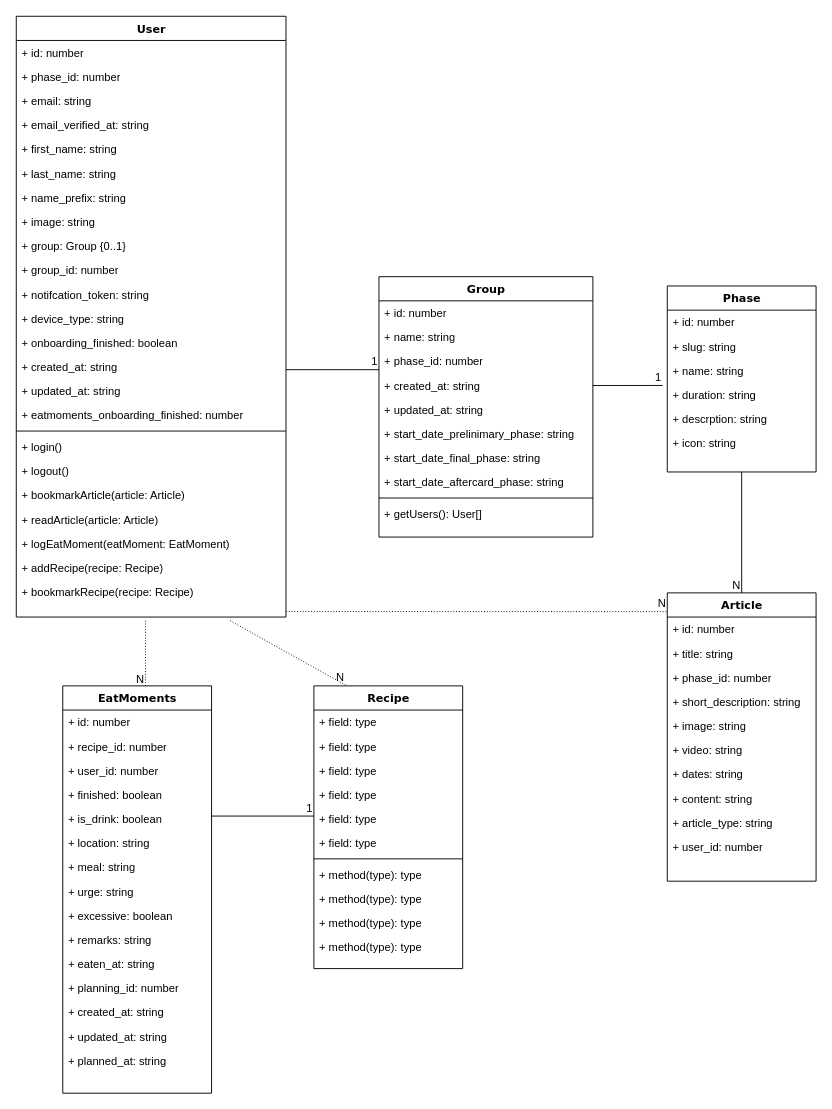
Above: Untitled Diagram.drawio in komfysach/sachStudioTast (draw.io), before the change. Source tidied: cells renumbered, new cells numbered last; positions are measured from the earlier drawing's top-left corner, leaving out a move shared by most shapes. Both pictures are drawn from the tidied source at 93%, with x=0, y=0 at pixel (16, 16).
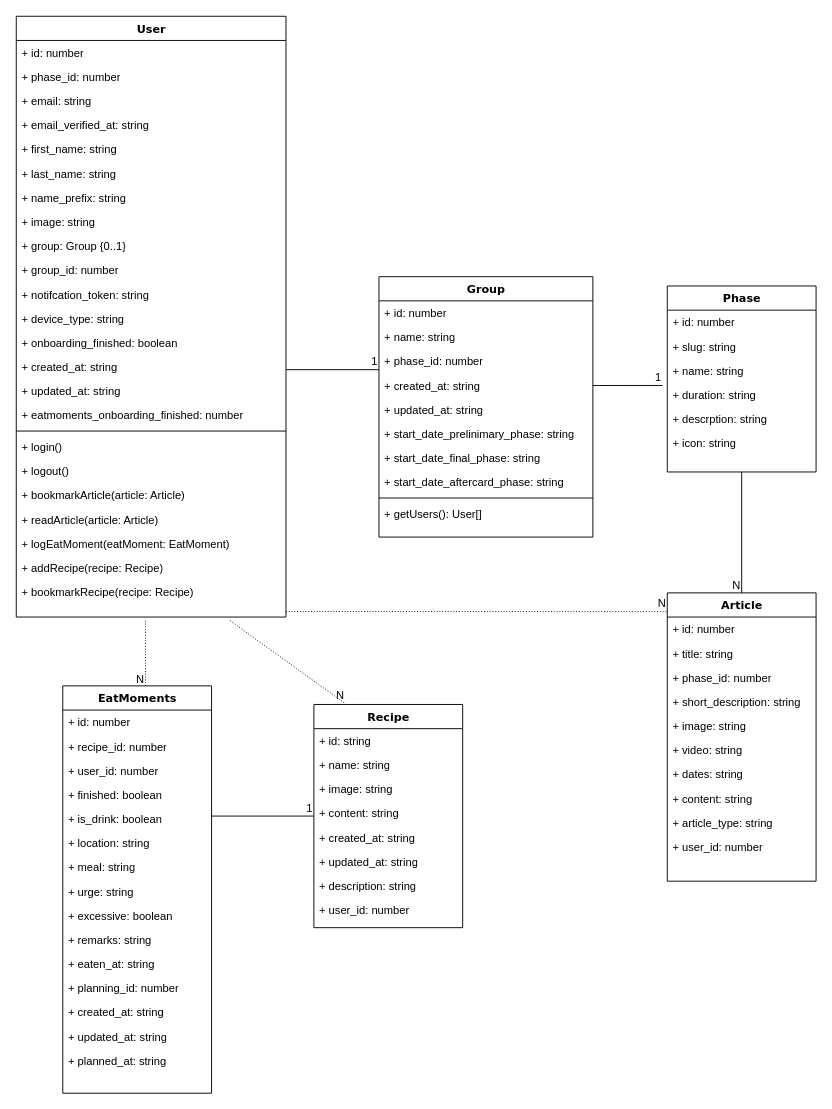
Above is the later version.

The edit, as a diff of the source:
```diff
@@
     <mxCell id="63" value="Recipe" style="swimlane;html=1;fontStyle=1;align=center;verticalAlign=top;horizontal=1;startSize=26;swimlaneFillColor=#ffffff;rounded=0;shadow=0;comic=0;labelBackgroundColor=none;strokeWidth=1;fillColor=none;fontFamily=Verdana;fontSize=12;" parent="1" vertex="1">
-      <mxGeometry x="320" y="720" width="160" height="304" as="geometry" />
+      <mxGeometry x="320" y="740" width="160" height="240" as="geometry" />
     </mxCell>
+    <mxCell id="67" value="+ id: string" style="text;html=1;strokeColor=none;fillColor=none;align=left;verticalAlign=top;spacingLeft=4;spacingRight=4;whiteSpace=wrap;overflow=hidden;" parent="63" vertex="1">
+      <mxGeometry y="26" width="160" height="26" as="geometry" />
+    </mxCell>
-    <mxCell id="64" value="+ field: type" style="text;html=1;strokeColor=none;fillColor=none;align=left;verticalAlign=top;spacingLeft=4;spacingRight=4;whiteSpace=wrap;overflow=hidden;" parent="63" vertex="1">
-      <mxGeometry y="26" width="160" height="26" as="geometry" />
+    <mxCell id="64" value="+ name: string" style="text;html=1;strokeColor=none;fillColor=none;align=left;verticalAlign=top;spacingLeft=4;spacingRight=4;whiteSpace=wrap;overflow=hidden;" parent="63" vertex="1">
+      <mxGeometry y="52" width="160" height="26" as="geometry" />
     </mxCell>
-    <mxCell id="65" value="+ field: type" style="text;html=1;strokeColor=none;fillColor=none;align=left;verticalAlign=top;spacingLeft=4;spacingRight=4;whiteSpace=wrap;overflow=hidden;" parent="63" vertex="1">
-      <mxGeometry y="52" width="160" height="26" as="geometry" />
+    <mxCell id="65" value="+ image: string" style="text;html=1;strokeColor=none;fillColor=none;align=left;verticalAlign=top;spacingLeft=4;spacingRight=4;whiteSpace=wrap;overflow=hidden;" parent="63" vertex="1">
+      <mxGeometry y="78" width="160" height="26" as="geometry" />
     </mxCell>
-    <mxCell id="66" value="+ field: type" style="text;html=1;strokeColor=none;fillColor=none;align=left;verticalAlign=top;spacingLeft=4;spacingRight=4;whiteSpace=wrap;overflow=hidden;" parent="63" vertex="1">
-      <mxGeometry y="78" width="160" height="26" as="geometry" />
+    <mxCell id="66" value="+ content: string" style="text;html=1;strokeColor=none;fillColor=none;align=left;verticalAlign=top;spacingLeft=4;spacingRight=4;whiteSpace=wrap;overflow=hidden;" parent="63" vertex="1">
+      <mxGeometry y="104" width="160" height="26" as="geometry" />
     </mxCell>
-    <mxCell id="67" value="+ field: type" style="text;html=1;strokeColor=none;fillColor=none;align=left;verticalAlign=top;spacingLeft=4;spacingRight=4;whiteSpace=wrap;overflow=hidden;" parent="63" vertex="1">
-      <mxGeometry y="104" width="160" height="26" as="geometry" />
-    </mxCell>
+    <mxCell id="69" value="+ created_at: string" style="text;html=1;strokeColor=none;fillColor=none;align=left;verticalAlign=top;spacingLeft=4;spacingRight=4;whiteSpace=wrap;overflow=hidden;" parent="63" vertex="1">
+      <mxGeometry y="130" width="160" height="26" as="geometry" />
+    </mxCell>
-    <mxCell id="68" value="+ field: type" style="text;html=1;strokeColor=none;fillColor=none;align=left;verticalAlign=top;spacingLeft=4;spacingRight=4;whiteSpace=wrap;overflow=hidden;" parent="63" vertex="1">
-      <mxGeometry y="130" width="160" height="26" as="geometry" />
+    <mxCell id="68" value="+ updated_at: string" style="text;html=1;strokeColor=none;fillColor=none;align=left;verticalAlign=top;spacingLeft=4;spacingRight=4;whiteSpace=wrap;overflow=hidden;" parent="63" vertex="1">
+      <mxGeometry y="156" width="160" height="26" as="geometry" />
     </mxCell>
-    <mxCell id="69" value="+ field: type" style="text;html=1;strokeColor=none;fillColor=none;align=left;verticalAlign=top;spacingLeft=4;spacingRight=4;whiteSpace=wrap;overflow=hidden;" parent="63" vertex="1">
-      <mxGeometry y="156" width="160" height="26" as="geometry" />
-    </mxCell>
-    <mxCell id="70" style="line;html=1;strokeWidth=1;fillColor=none;align=left;verticalAlign=middle;spacingTop=-1;spacingLeft=3;spacingRight=3;labelPosition=right;" parent="63" vertex="1">
-      <mxGeometry y="182" width="160" height="8" as="geometry" />
-    </mxCell>
-    <mxCell id="71" value="+ method(type): type" style="text;html=1;strokeColor=none;fillColor=none;align=left;verticalAlign=top;spacingLeft=4;spacingRight=4;whiteSpace=wrap;overflow=hidden;" parent="63" vertex="1">
-      <mxGeometry y="190" width="160" height="26" as="geometry" />
-    </mxCell>
-    <mxCell id="72" value="+ method(type): type" style="text;html=1;strokeColor=none;fillColor=none;align=left;verticalAlign=top;spacingLeft=4;spacingRight=4;whiteSpace=wrap;overflow=hidden;" parent="63" vertex="1">
-      <mxGeometry y="216" width="160" height="26" as="geometry" />
-    </mxCell>
-    <mxCell id="73" value="+ method(type): type" style="text;html=1;strokeColor=none;fillColor=none;align=left;verticalAlign=top;spacingLeft=4;spacingRight=4;whiteSpace=wrap;overflow=hidden;" parent="63" vertex="1">
-      <mxGeometry y="242" width="160" height="26" as="geometry" />
-    </mxCell>
-    <mxCell id="74" value="+ method(type): type" style="text;html=1;strokeColor=none;fillColor=none;align=left;verticalAlign=top;spacingLeft=4;spacingRight=4;whiteSpace=wrap;overflow=hidden;" parent="63" vertex="1">
-      <mxGeometry y="268" width="160" height="26" as="geometry" />
-    </mxCell>
+    <mxCell id="98" value="+ description: string" style="text;html=1;strokeColor=none;fillColor=none;align=left;verticalAlign=top;spacingLeft=4;spacingRight=4;whiteSpace=wrap;overflow=hidden;" parent="63" vertex="1">
+      <mxGeometry y="182" width="160" height="26" as="geometry" />
+    </mxCell>
+    <mxCell id="99" value="+ user_id: number" style="text;html=1;strokeColor=none;fillColor=none;align=left;verticalAlign=top;spacingLeft=4;spacingRight=4;whiteSpace=wrap;overflow=hidden;" parent="63" vertex="1">
+      <mxGeometry y="208" width="160" height="26" as="geometry" />
+    </mxCell>
```
